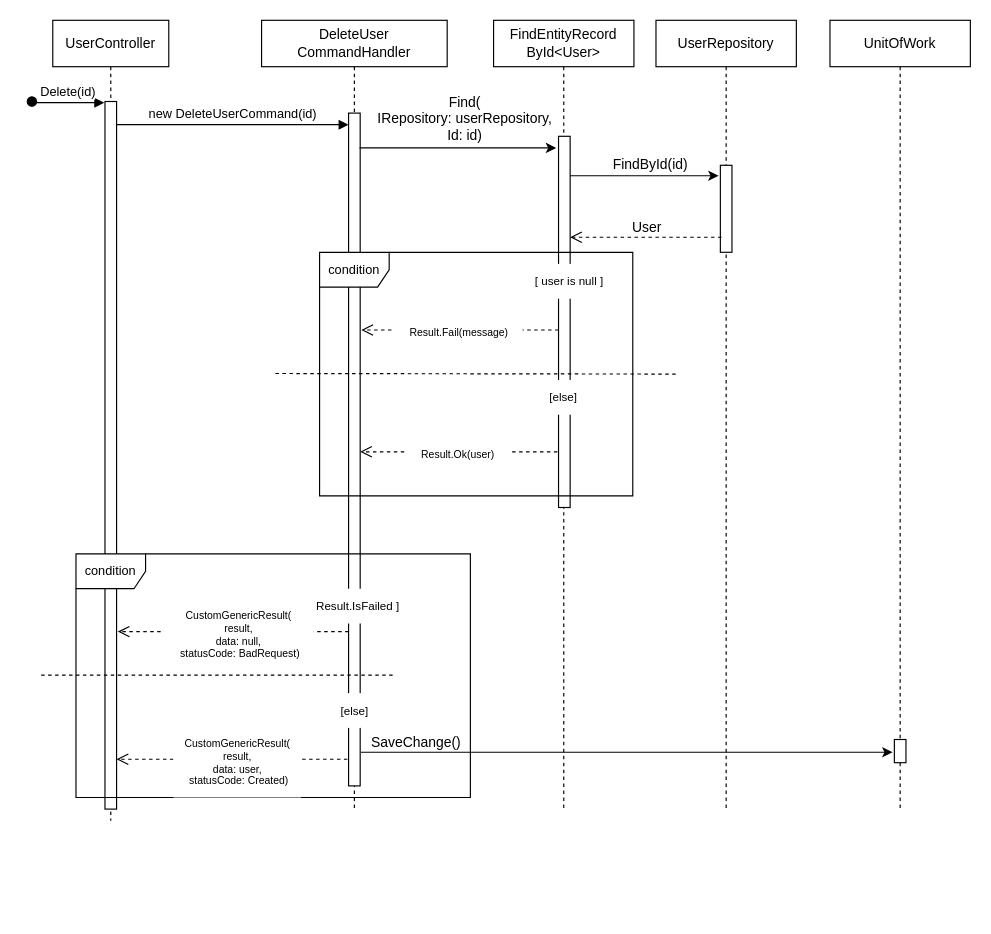
Earlier version of the draw.io diagram Diagrams/sequenceDiagram_user_delete.drawio (MahdiChoobin-81/CleanArchitecture_ASP). Source tidied: cells renumbered, new cells numbered last; positions are measured from the earlier drawing's top-left corner, leaving out a move shared by most shapes. Both pictures are drawn from the tidied source at 116%, with x=0, y=0 at pixel (31, 20).
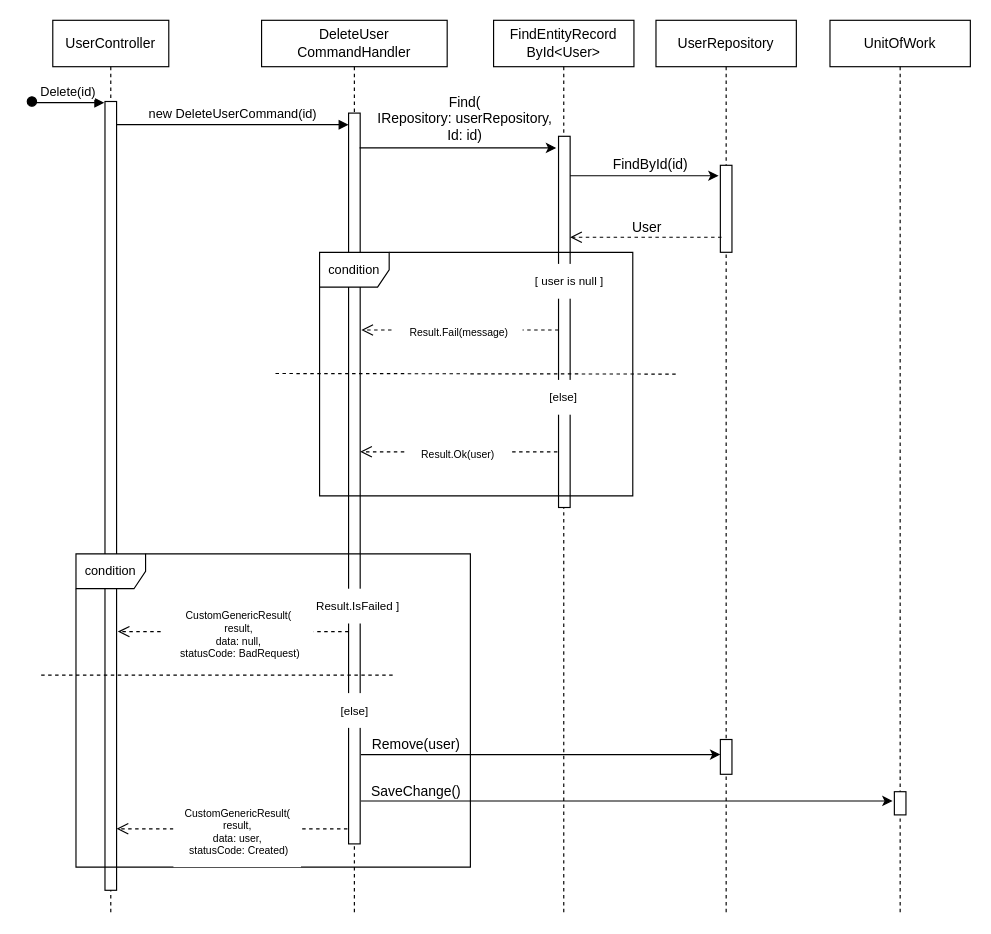
The same diagram, later.

The edit, as a diff of the source:
```diff
@@
     <mxCell id="2" value="UserController" style="shape=umlLifeline;perimeter=lifelinePerimeter;whiteSpace=wrap;html=1;newEdgeStyle={&quot;edgeStyle&quot;:&quot;elbowEdgeStyle&quot;,&quot;elbow&quot;:&quot;vertical&quot;,&quot;curved&quot;:0,&quot;rounded&quot;:0};" parent="1" vertex="1">
-      <mxGeometry x="18" width="100" height="690" as="geometry" />
+      <mxGeometry x="18" width="100" height="770" as="geometry" />
     </mxCell>
@@
     <mxCell id="4" value="DeleteUser&lt;br&gt;CommandHandler" style="shape=umlLifeline;perimeter=lifelinePerimeter;whiteSpace=wrap;html=1;newEdgeStyle={&quot;edgeStyle&quot;:&quot;elbowEdgeStyle&quot;,&quot;elbow&quot;:&quot;vertical&quot;,&quot;curved&quot;:0,&quot;rounded&quot;:0};" parent="1" vertex="1">
-      <mxGeometry x="198" width="160" height="680" as="geometry" />
+      <mxGeometry x="198" width="160" height="770" as="geometry" />
     </mxCell>
     <mxCell id="5" style="html=1;points=[];perimeter=orthogonalPerimeter;outlineConnect=0;targetShapes=umlLifeline;portConstraint=eastwest;newEdgeStyle={&quot;edgeStyle&quot;:&quot;elbowEdgeStyle&quot;,&quot;elbow&quot;:&quot;vertical&quot;,&quot;curved&quot;:0,&quot;rounded&quot;:0};" parent="4" vertex="1">
-      <mxGeometry x="75" y="80" width="10" height="580" as="geometry" />
+      <mxGeometry x="75" y="80" width="10" height="630" as="geometry" />
     </mxCell>
@@
     <mxCell id="7" value="FindEntityRecord&lt;br&gt;ById&amp;lt;User&amp;gt;" style="shape=umlLifeline;perimeter=lifelinePerimeter;whiteSpace=wrap;html=1;newEdgeStyle={&quot;edgeStyle&quot;:&quot;elbowEdgeStyle&quot;,&quot;elbow&quot;:&quot;vertical&quot;,&quot;curved&quot;:0,&quot;rounded&quot;:0};" parent="1" vertex="1">
-      <mxGeometry x="398" width="121" height="680" as="geometry" />
+      <mxGeometry x="398" width="121" height="770" as="geometry" />
     </mxCell>
@@
     <mxCell id="9" style="rounded=0;whiteSpace=wrap;html=1;" parent="1" vertex="1">
-      <mxGeometry x="63" y="70" width="10" height="610" as="geometry" />
+      <mxGeometry x="63" y="70" width="10" height="680" as="geometry" />
     </mxCell>
@@
     <mxCell id="13" value="UserRepository" style="shape=umlLifeline;perimeter=lifelinePerimeter;whiteSpace=wrap;html=1;newEdgeStyle={&quot;edgeStyle&quot;:&quot;elbowEdgeStyle&quot;,&quot;elbow&quot;:&quot;vertical&quot;,&quot;curved&quot;:0,&quot;rounded&quot;:0};" parent="1" vertex="1">
-      <mxGeometry x="538" width="121" height="680" as="geometry" />
+      <mxGeometry x="538" width="121" height="770" as="geometry" />
     </mxCell>
@@
+    <mxCell id="39" style="html=1;perimeter=orthogonalPerimeter;targetShapes=umlLifeline;newEdgeStyle={&quot;edgeStyle&quot;:&quot;elbowEdgeStyle&quot;,&quot;elbow&quot;:&quot;vertical&quot;,&quot;curved&quot;:0,&quot;rounded&quot;:0};" parent="13" vertex="1">
+      <mxGeometry x="55.5" y="620" width="10" height="30" as="geometry" />
+    </mxCell>
     <mxCell id="15" value="&lt;font style=&quot;font-size: 11px;&quot;&gt;condition&lt;/font&gt;" style="shape=umlFrame;whiteSpace=wrap;html=1;direction=east;" parent="1" vertex="1">
-      <mxGeometry x="38" y="460" width="340" height="210" as="geometry" />
+      <mxGeometry x="38" y="460" width="340" height="270" as="geometry" />
     </mxCell>
@@
     <mxCell id="20" value="UnitOfWork" style="shape=umlLifeline;perimeter=lifelinePerimeter;whiteSpace=wrap;html=1;newEdgeStyle={&quot;edgeStyle&quot;:&quot;elbowEdgeStyle&quot;,&quot;elbow&quot;:&quot;vertical&quot;,&quot;curved&quot;:0,&quot;rounded&quot;:0};" parent="1" vertex="1">
-      <mxGeometry x="688" width="121" height="680" as="geometry" />
+      <mxGeometry x="688" width="121" height="770" as="geometry" />
     </mxCell>
     <mxCell id="21" style="html=1;perimeter=orthogonalPerimeter;targetShapes=umlLifeline;newEdgeStyle={&quot;edgeStyle&quot;:&quot;elbowEdgeStyle&quot;,&quot;elbow&quot;:&quot;vertical&quot;,&quot;curved&quot;:0,&quot;rounded&quot;:0};" parent="20" vertex="1">
-      <mxGeometry x="55.5" y="620" width="10" height="20" as="geometry" />
+      <mxGeometry x="55.5" y="665" width="10" height="20" as="geometry" />
     </mxCell>
@@
     <mxCell id="23" style="endArrow=classic;html=1;rounded=0;" parent="1" edge="1">
       <mxGeometry relative="1" as="geometry">
-        <mxPoint x="283.7" y="631" as="sourcePoint" />
-        <mxPoint x="742" y="631" as="targetPoint" />
+        <mxPoint x="283.7" y="673" as="sourcePoint" />
+        <mxPoint x="742" y="673" as="targetPoint" />
       </mxGeometry>
     </mxCell>
     <mxCell id="24" value="SaveChange()" style="text;html=1;align=center;verticalAlign=middle;strokeColor=none;fillColor=none;" parent="1" vertex="1">
-      <mxGeometry x="281" y="608" width="100" height="30" as="geometry" />
+      <mxGeometry x="281" y="650" width="100" height="30" as="geometry" />
     </mxCell>
     <mxCell id="25" style="html=1;verticalAlign=bottom;endArrow=open;dashed=1;endSize=8;edgeStyle=elbowEdgeStyle;elbow=vertical;curved=0;rounded=0;strokeColor=default;" parent="1" edge="1">
       <mxGeometry x="0.01" relative="1" as="geometry">
-        <mxPoint x="272" y="637" as="sourcePoint" />
-        <mxPoint x="73" y="637" as="targetPoint" />
+        <mxPoint x="272" y="697" as="sourcePoint" />
+        <mxPoint x="73" y="697" as="targetPoint" />
       </mxGeometry>
     </mxCell>
     <mxCell id="26" value="&lt;font style=&quot;font-size: 9px;&quot;&gt;CustomGenericResult(&lt;br&gt;result,&lt;br style=&quot;font-size: 9px;&quot;&gt;data: user,&lt;br style=&quot;font-size: 9px;&quot;&gt;&amp;nbsp;statusCode: Created)&lt;/font&gt;" style="text;html=1;align=center;verticalAlign=middle;strokeColor=none;fillColor=default;fontSize=9;" parent="1" vertex="1">
-      <mxGeometry x="122" y="610" width="110" height="60" as="geometry" />
+      <mxGeometry x="122" y="670" width="110" height="60" as="geometry" />
     </mxCell>
@@
+    <mxCell id="40" style="endArrow=classic;html=1;rounded=0;" parent="1" edge="1">
+      <mxGeometry relative="1" as="geometry">
+        <mxPoint x="283.7" y="633" as="sourcePoint" />
+        <mxPoint x="593.5" y="633" as="targetPoint" />
+      </mxGeometry>
+    </mxCell>
+    <mxCell id="41" value="Remove(user)" style="text;html=1;align=center;verticalAlign=middle;strokeColor=none;fillColor=none;" parent="1" vertex="1">
+      <mxGeometry x="281" y="610" width="100" height="30" as="geometry" />
+    </mxCell>
```
